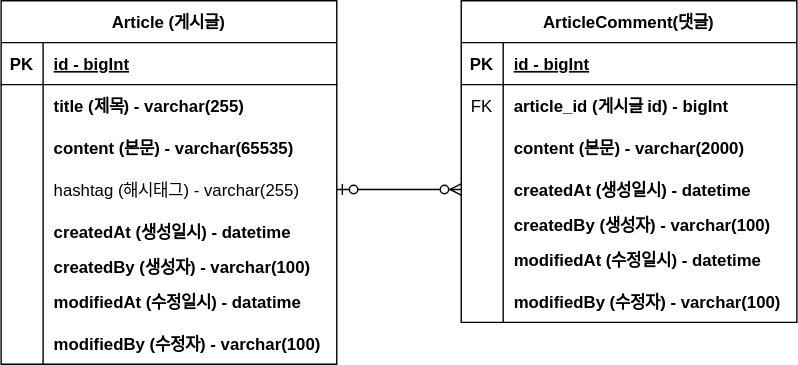
Above: document/project-board-erd.svg in jus1234/board-project (draw.io), before the change. Source tidied: cells renumbered, new cells last; positions are measured from the earlier drawing's top-left corner, leaving out a move shared by most shapes.
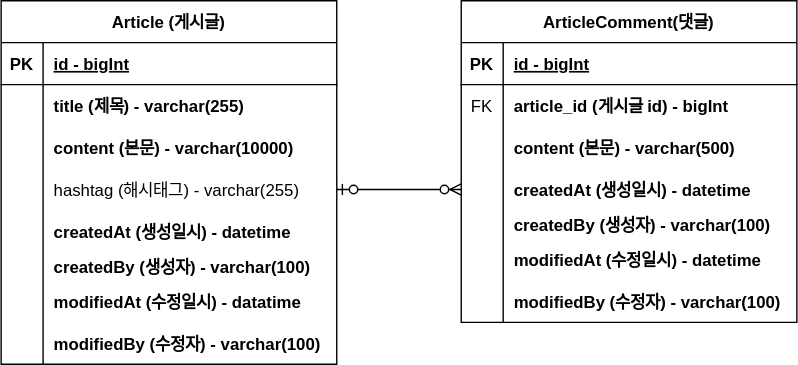
The same diagram one commit later.

Commit message:
#10 - erd 업데이트 : content 사이즈 변경

Change to the diagram source:
```diff
@@ -2,16 +2,6 @@
   <root>
     <mxCell id="0" />
     <mxCell id="1" parent="0" />
-    <mxCell id="2" style="edgeStyle=entityRelationEdgeStyle;endArrow=ERzeroToMany;startArrow=ERone;endFill=1;startFill=0;" parent="1" edge="1" target="x">
-      <mxGeometry relative="1" as="geometry">
-        <mxPoint x="269" y="55" as="sourcePoint" />
-      </mxGeometry>
-    </mxCell>
-    <mxCell id="3" style="edgeStyle=entityRelationEdgeStyle;endArrow=ERzeroToMany;startArrow=ERone;endFill=1;startFill=0;" parent="1" edge="1" target="x">
-      <mxGeometry relative="1" as="geometry">
-        <mxPoint x="599" y="55" as="sourcePoint" />
-      </mxGeometry>
-    </mxCell>
     <mxCell id="4" value="Article (게시글)" style="shape=table;startSize=30;rowLines=0;fontStyle=1;align=center;" parent="1" vertex="1">
       <mxGeometry width="240" height="260" as="geometry" />
     </mxCell>
@@ -39,7 +29,7 @@
     <mxCell id="12" style="shape=partialRectangle;fillColor=none;top=0;left=0;bottom=0;right=0;overflow=hidden;" parent="11" vertex="1">
       <mxGeometry width="30" height="30" as="geometry" />
     </mxCell>
-    <mxCell id="13" value="content (본문) - varchar(65535)" style="shape=partialRectangle;fillColor=none;top=0;left=0;bottom=0;right=0;align=left;spacingLeft=6;overflow=hidden;fontStyle=1;" parent="11" vertex="1">
+    <mxCell id="13" value="content (본문) - varchar(10000)" style="shape=partialRectangle;fillColor=none;top=0;left=0;bottom=0;right=0;align=left;spacingLeft=6;overflow=hidden;fontStyle=1;" parent="11" vertex="1">
       <mxGeometry x="30" width="210" height="30" as="geometry" />
     </mxCell>
     <mxCell id="14" style="shape=tableRow;horizontal=0;startSize=0;swimlaneHead=0;swimlaneBody=0;fillColor=none;points=[[0,0.5],[1,0.5]];portConstraint=eastwest;top=0;left=0;right=0;bottom=0;" parent="4" vertex="1">
@@ -114,7 +104,7 @@
     <mxCell id="37" style="shape=partialRectangle;fillColor=none;top=0;left=0;bottom=0;right=0;overflow=hidden;" parent="36" vertex="1">
       <mxGeometry width="30" height="30" as="geometry" />
     </mxCell>
-    <mxCell id="38" value="content (본문) - varchar(2000)" style="shape=partialRectangle;fillColor=none;top=0;left=0;bottom=0;right=0;align=left;spacingLeft=6;overflow=hidden;fontStyle=1;" parent="36" vertex="1">
+    <mxCell id="38" value="content (본문) - varchar(500)" style="shape=partialRectangle;fillColor=none;top=0;left=0;bottom=0;right=0;align=left;spacingLeft=6;overflow=hidden;fontStyle=1;" parent="36" vertex="1">
       <mxGeometry x="30" width="210" height="30" as="geometry" />
     </mxCell>
     <mxCell id="39" style="shape=tableRow;horizontal=0;startSize=0;swimlaneHead=0;swimlaneBody=0;fillColor=none;points=[[0,0.5],[1,0.5]];portConstraint=eastwest;top=0;left=0;right=0;bottom=0;" parent="29" vertex="1">
```
